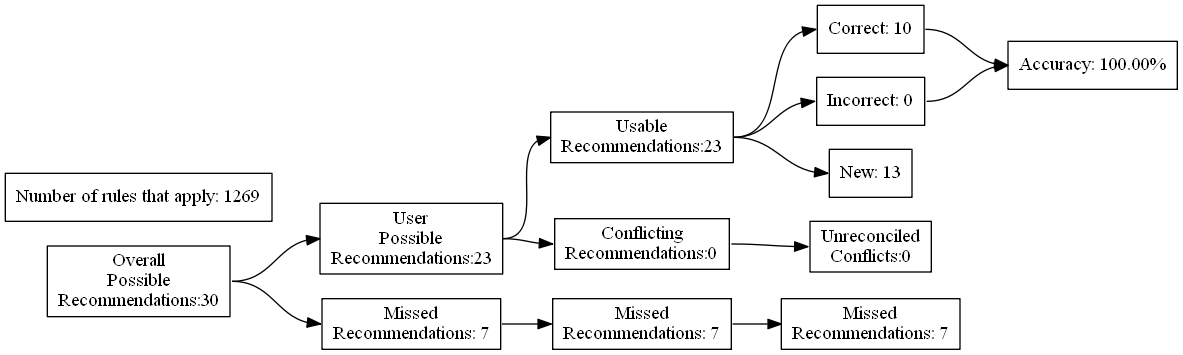
Earlier version of the Graphviz export test_renders/2.gv.png (ZaxR/ibd_diet_analysis). Its source is kept beside it as test_renders/2.gv.
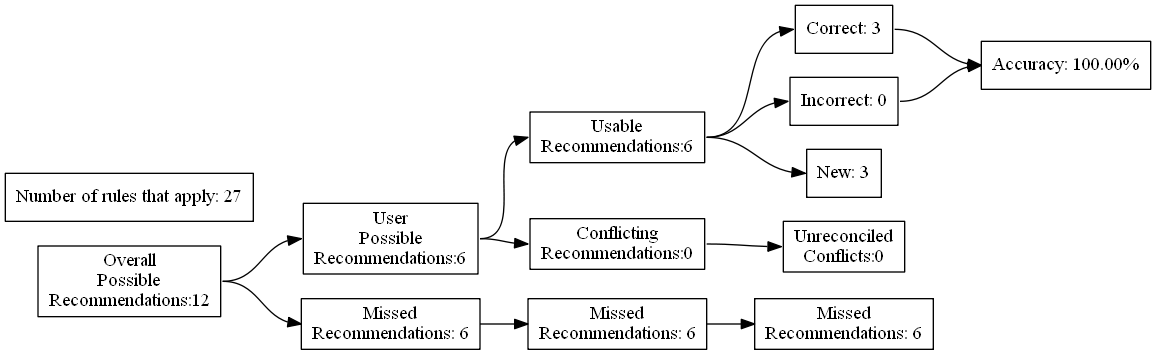
After the change.

Diff of the diagram source:
```diff
@@ -4,27 +4,27 @@
 	edge [headport=w tailport=e]
 		A [label="Overall
 Possible
-Recommendations:30"]
+Recommendations:12"]
 		B [label="User
 Possible
-Recommendations:23"]
+Recommendations:6"]
 		C [label="Missed
-Recommendations: 7"]
+Recommendations: 6"]
 		D [label="Usable
-Recommendations:23"]
+Recommendations:6"]
 		E [label="Conflicting
 Recommendations:0"]
 		J [label="Missed
-Recommendations: 7"]
+Recommendations: 6"]
 		M [label="Unreconciled
 Conflicts:0"]
-		F [label="Correct: 10"]
+		F [label="Correct: 3"]
 		G [label="Incorrect: 0"]
-		H [label="New: 13"]
+		H [label="New: 3"]
 		K [label="Missed
-Recommendations: 7"]
+Recommendations: 6"]
 		I [label="Accuracy: 100.00%"]
-		l [label="Number of rules that apply: 1269"]
+		l [label="Number of rules that apply: 27"]
 			A -> B
 			A -> C
 			B -> D
```
